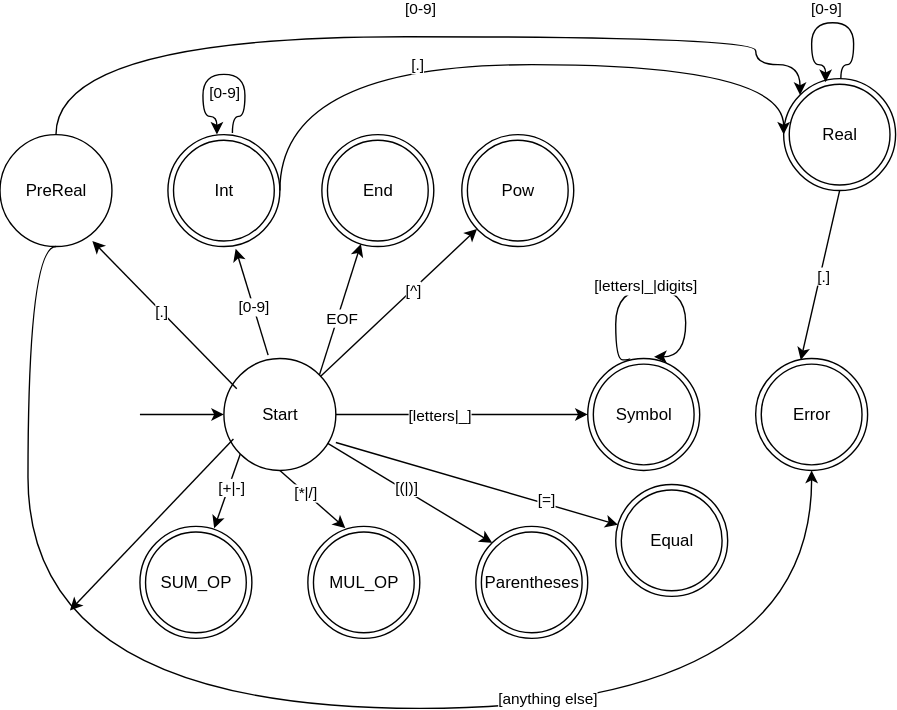
This is doc/NFA.drawio.svg from Raffaello/symbols, a draw.io export, as it was before one commit. Source tidied: cells renumbered, new cells last; positions are measured from the earlier drawing's top-left corner, leaving out a move shared by most shapes. The source it was exported from:
```xml
<mxGraphModel>
  <root>
    <mxCell id="0" />
    <mxCell id="1" parent="0" />
    <mxCell id="2" value="Real" style="ellipse;shape=doubleEllipse;whiteSpace=wrap;html=1;" parent="1" vertex="1">
      <mxGeometry x="560" y="40" width="80" height="80" as="geometry" />
    </mxCell>
    <mxCell id="3" value="Start" style="ellipse;whiteSpace=wrap;html=1;" parent="1" vertex="1">
      <mxGeometry x="160" y="240" width="80" height="80" as="geometry" />
    </mxCell>
    <mxCell id="4" style="endArrow=classic;html=1;rounded=0;entryX=0;entryY=0.5;entryDx=0;entryDy=0;" parent="1" edge="1" target="3">
      <mxGeometry relative="1" as="geometry">
        <mxPoint x="100" y="280" as="sourcePoint" />
      </mxGeometry>
    </mxCell>
    <mxCell id="5" style="endArrow=classic;html=1;rounded=0;edgeStyle=orthogonalEdgeStyle;curved=1;exitX=0.511;exitY=-0.002;exitDx=0;exitDy=0;exitPerimeter=0;entryX=0.375;entryY=0.032;entryDx=0;entryDy=0;entryPerimeter=0;" parent="1" edge="1" source="2" target="2">
      <mxGeometry relative="1" as="geometry">
        <Array as="points">
          <mxPoint x="601" y="30" />
          <mxPoint x="610" y="30" />
          <mxPoint x="610" />
          <mxPoint x="580" />
          <mxPoint x="580" y="30" />
          <mxPoint x="590" y="30" />
        </Array>
      </mxGeometry>
    </mxCell>
    <mxCell id="6" value="[0-9]" style="edgeLabel;html=1;align=center;verticalAlign=middle;" parent="5" vertex="1">
      <mxGeometry x="-0.07" y="1" relative="1" as="geometry">
        <mxPoint x="-8" y="-11" as="offset" />
      </mxGeometry>
    </mxCell>
    <mxCell id="7" value="Error" style="ellipse;shape=doubleEllipse;whiteSpace=wrap;html=1;" parent="1" vertex="1">
      <mxGeometry x="540" y="240" width="80" height="80" as="geometry" />
    </mxCell>
    <mxCell id="8" style="endArrow=classic;html=1;rounded=0;exitX=0.5;exitY=1;exitDx=0;exitDy=0;entryX=0.403;entryY=0.014;entryDx=0;entryDy=0;entryPerimeter=0;" parent="1" edge="1" source="2" target="7">
      <mxGeometry relative="1" as="geometry" />
    </mxCell>
    <mxCell id="9" value="[.]" style="edgeLabel;html=1;align=center;verticalAlign=middle;" parent="8" vertex="1">
      <mxGeometry y="2" relative="1" as="geometry" />
    </mxCell>
    <mxCell id="10" value="Symbol" style="ellipse;shape=doubleEllipse;whiteSpace=wrap;html=1;" parent="1" vertex="1">
      <mxGeometry x="420" y="240" width="80" height="80" as="geometry" />
    </mxCell>
    <mxCell id="11" style="endArrow=classic;html=1;rounded=0;exitX=1;exitY=0.5;exitDx=0;exitDy=0;entryX=0;entryY=0.5;entryDx=0;entryDy=0;" parent="1" edge="1" source="3" target="10">
      <mxGeometry relative="1" as="geometry" />
    </mxCell>
    <mxCell id="12" value="[letters|_]" style="edgeLabel;html=1;align=center;verticalAlign=middle;" parent="11" vertex="1">
      <mxGeometry x="-0.18" y="-1" relative="1" as="geometry" />
    </mxCell>
    <mxCell id="13" style="endArrow=classic;html=1;rounded=0;exitX=0.375;exitY=0;exitDx=0;exitDy=0;exitPerimeter=0;edgeStyle=orthogonalEdgeStyle;curved=1;entryX=0.592;entryY=-0.015;entryDx=0;entryDy=0;entryPerimeter=0;" parent="1" edge="1" source="10" target="10">
      <mxGeometry relative="1" as="geometry">
        <Array as="points">
          <mxPoint x="450" y="241" />
          <mxPoint x="440" y="241" />
          <mxPoint x="440" y="190" />
          <mxPoint x="490" y="190" />
          <mxPoint x="490" y="239" />
        </Array>
      </mxGeometry>
    </mxCell>
    <mxCell id="14" value="[letters|_|digits]" style="edgeLabel;html=1;align=center;verticalAlign=middle;" parent="13" vertex="1">
      <mxGeometry x="-0.1" y="2" relative="1" as="geometry" />
    </mxCell>
    <mxCell id="15" value="SUM_OP" style="ellipse;shape=doubleEllipse;whiteSpace=wrap;html=1;" parent="1" vertex="1">
      <mxGeometry x="100" y="360" width="80" height="80" as="geometry" />
    </mxCell>
    <mxCell id="16" value="MUL_OP" style="ellipse;shape=doubleEllipse;whiteSpace=wrap;html=1;" parent="1" vertex="1">
      <mxGeometry x="220" y="360" width="80" height="80" as="geometry" />
    </mxCell>
    <mxCell id="17" value="Parentheses" style="ellipse;shape=doubleEllipse;whiteSpace=wrap;html=1;" parent="1" vertex="1">
      <mxGeometry x="340" y="360" width="80" height="80" as="geometry" />
    </mxCell>
    <mxCell id="18" style="endArrow=classic;html=1;rounded=0;entryX=0;entryY=0;entryDx=0;entryDy=0;" parent="1" edge="1" source="3" target="17">
      <mxGeometry relative="1" as="geometry" />
    </mxCell>
    <mxCell id="19" value="[(|)]" style="edgeLabel;html=1;align=center;verticalAlign=middle;" parent="18" vertex="1">
      <mxGeometry x="-0.08" y="2" relative="1" as="geometry" />
    </mxCell>
    <mxCell id="20" style="endArrow=classic;html=1;rounded=0;exitX=0.5;exitY=1;exitDx=0;exitDy=0;entryX=0.335;entryY=0.016;entryDx=0;entryDy=0;entryPerimeter=0;" parent="1" edge="1" source="3" target="16">
      <mxGeometry relative="1" as="geometry" />
    </mxCell>
    <mxCell id="21" value="[*|/]" style="edgeLabel;html=1;align=center;verticalAlign=middle;" parent="20" vertex="1">
      <mxGeometry x="-0.25" relative="1" as="geometry" />
    </mxCell>
    <mxCell id="22" style="endArrow=classic;html=1;rounded=0;exitX=0;exitY=1;exitDx=0;exitDy=0;entryX=0.663;entryY=0.016;entryDx=0;entryDy=0;entryPerimeter=0;" parent="1" edge="1" source="3" target="15">
      <mxGeometry relative="1" as="geometry" />
    </mxCell>
    <mxCell id="23" value="[+|-]" style="edgeLabel;html=1;align=center;verticalAlign=middle;" parent="22" vertex="1">
      <mxGeometry x="-0.12" y="1" relative="1" as="geometry" />
    </mxCell>
    <mxCell id="24" value="Int" style="ellipse;shape=doubleEllipse;whiteSpace=wrap;html=1;" parent="1" vertex="1">
      <mxGeometry x="120" y="80" width="80" height="80" as="geometry" />
    </mxCell>
    <mxCell id="25" style="endArrow=classic;html=1;rounded=0;entryX=0.605;entryY=1.02;entryDx=0;entryDy=0;entryPerimeter=0;exitX=0.395;exitY=-0.03;exitDx=0;exitDy=0;exitPerimeter=0;" parent="1" edge="1" source="3" target="24">
      <mxGeometry relative="1" as="geometry" />
    </mxCell>
    <mxCell id="26" value="[0-9]" style="edgeLabel;html=1;align=center;verticalAlign=middle;" parent="25" vertex="1">
      <mxGeometry x="-0.08" relative="1" as="geometry" />
    </mxCell>
    <mxCell id="27" style="endArrow=classic;html=1;rounded=0;exitX=1;exitY=0.5;exitDx=0;exitDy=0;entryX=0;entryY=0.5;entryDx=0;entryDy=0;edgeStyle=orthogonalEdgeStyle;curved=1;" parent="1" edge="1" source="24" target="2">
      <mxGeometry relative="1" as="geometry">
        <Array as="points">
          <mxPoint x="200" y="30" />
          <mxPoint x="560" y="30" />
        </Array>
      </mxGeometry>
    </mxCell>
    <mxCell id="28" value="[.]" style="edgeLabel;html=1;align=center;verticalAlign=middle;" parent="27" vertex="1">
      <mxGeometry x="0.14" y="-4" relative="1" as="geometry">
        <mxPoint x="-97" y="-4" as="offset" />
      </mxGeometry>
    </mxCell>
    <mxCell id="29" value="PreReal" style="ellipse;whiteSpace=wrap;html=1;" parent="1" vertex="1">
      <mxGeometry y="80" width="80" height="80" as="geometry" />
    </mxCell>
    <mxCell id="30" style="endArrow=classic;html=1;rounded=0;exitX=0.115;exitY=0.27;exitDx=0;exitDy=0;exitPerimeter=0;entryX=0.825;entryY=0.95;entryDx=0;entryDy=0;entryPerimeter=0;" parent="1" edge="1" source="3" target="29">
      <mxGeometry relative="1" as="geometry" />
    </mxCell>
    <mxCell id="31" value="[.]" style="edgeLabel;html=1;align=center;verticalAlign=middle;" parent="30" vertex="1">
      <mxGeometry x="0.06" relative="1" as="geometry" />
    </mxCell>
    <mxCell id="32" style="endArrow=classic;html=1;rounded=0;exitX=0.5;exitY=0;exitDx=0;exitDy=0;edgeStyle=orthogonalEdgeStyle;curved=1;entryX=0;entryY=0;entryDx=0;entryDy=0;" parent="1" edge="1" source="29" target="2">
      <mxGeometry relative="1" as="geometry">
        <Array as="points">
          <mxPoint x="40" y="10" />
          <mxPoint x="540" y="10" />
          <mxPoint x="540" y="30" />
          <mxPoint x="572" y="30" />
        </Array>
      </mxGeometry>
    </mxCell>
    <mxCell id="33" value="[0-9&lt;span style=&quot;background-color: light-dark(#ffffff, var(--ge-dark-color, #121212)); color: light-dark(rgb(0, 0, 0), rgb(255, 255, 255));&quot;&gt;]&lt;/span&gt;" style="edgeLabel;html=1;align=center;verticalAlign=middle;" parent="32" vertex="1">
      <mxGeometry x="0.39" relative="1" as="geometry">
        <mxPoint x="-116" y="-20" as="offset" />
      </mxGeometry>
    </mxCell>
    <mxCell id="34" style="endArrow=classic;html=1;rounded=0;exitX=0.5;exitY=1;exitDx=0;exitDy=0;entryX=0.5;entryY=1;entryDx=0;entryDy=0;edgeStyle=orthogonalEdgeStyle;curved=1;" parent="1" edge="1" source="29" target="7">
      <mxGeometry relative="1" as="geometry">
        <Array as="points">
          <mxPoint x="20" y="160" />
          <mxPoint x="20" y="490" />
          <mxPoint x="580" y="490" />
        </Array>
      </mxGeometry>
    </mxCell>
    <mxCell id="35" value="[anything else]" style="edgeLabel;html=1;align=center;verticalAlign=middle;" parent="34" vertex="1">
      <mxGeometry x="0.34" y="7" relative="1" as="geometry" />
    </mxCell>
    <mxCell id="36" style="endArrow=classic;html=1;rounded=0;exitX=0.085;exitY=0.72;exitDx=0;exitDy=0;exitPerimeter=0;" parent="1" edge="1" source="3">
      <mxGeometry relative="1" as="geometry">
        <mxPoint x="50" y="420" as="targetPoint" />
      </mxGeometry>
    </mxCell>
    <mxCell id="37" style="endArrow=classic;html=1;rounded=0;edgeStyle=orthogonalEdgeStyle;curved=1;exitX=0.576;exitY=-0.015;exitDx=0;exitDy=0;exitPerimeter=0;entryX=0.375;entryY=0.032;entryDx=0;entryDy=0;entryPerimeter=0;" parent="1" edge="1" source="24">
      <mxGeometry relative="1" as="geometry">
        <mxPoint x="155" y="80" as="targetPoint" />
        <Array as="points">
          <mxPoint x="166" y="67" />
          <mxPoint x="175" y="67" />
          <mxPoint x="175" y="37" />
          <mxPoint x="145" y="37" />
          <mxPoint x="145" y="67" />
          <mxPoint x="155" y="67" />
        </Array>
      </mxGeometry>
    </mxCell>
    <mxCell id="38" value="[0-9]" style="edgeLabel;html=1;align=center;verticalAlign=middle;" parent="37" vertex="1">
      <mxGeometry x="-0.07" y="1" relative="1" as="geometry">
        <mxPoint x="-4" y="12" as="offset" />
      </mxGeometry>
    </mxCell>
    <mxCell id="39" value="Equal" style="ellipse;shape=doubleEllipse;whiteSpace=wrap;html=1;" parent="1" vertex="1">
      <mxGeometry x="440" y="330" width="80" height="80" as="geometry" />
    </mxCell>
    <mxCell id="40" style="endArrow=classic;html=1;rounded=0;" parent="1" edge="1" target="39">
      <mxGeometry relative="1" as="geometry">
        <mxPoint x="240" y="300" as="sourcePoint" />
      </mxGeometry>
    </mxCell>
    <mxCell id="41" value="[=]" style="edgeLabel;html=1;align=center;verticalAlign=middle;" parent="40" vertex="1">
      <mxGeometry x="0.47" y="3" relative="1" as="geometry" />
    </mxCell>
    <mxCell id="42" value="End" style="ellipse;shape=doubleEllipse;whiteSpace=wrap;html=1;" parent="1" vertex="1">
      <mxGeometry x="230" y="80" width="80" height="80" as="geometry" />
    </mxCell>
    <mxCell id="43" style="endArrow=classic;html=1;rounded=0;exitX=1;exitY=0;exitDx=0;exitDy=0;" parent="1" edge="1" source="3" target="42">
      <mxGeometry relative="1" as="geometry" />
    </mxCell>
    <mxCell id="44" value="EOF" style="edgeLabel;html=1;align=center;verticalAlign=middle;" parent="43" vertex="1">
      <mxGeometry x="-0.08" y="-2" relative="1" as="geometry">
        <mxPoint y="1" as="offset" />
      </mxGeometry>
    </mxCell>
    <mxCell id="45" value="Pow" style="ellipse;shape=doubleEllipse;whiteSpace=wrap;html=1;" parent="1" vertex="1">
      <mxGeometry x="330" y="80" width="80" height="80" as="geometry" />
    </mxCell>
    <mxCell id="46" style="endArrow=classic;html=1;rounded=0;" parent="1" edge="1" source="3" target="45">
      <mxGeometry relative="1" as="geometry" />
    </mxCell>
    <mxCell id="47" value="[^]" style="edgeLabel;html=1;align=center;verticalAlign=middle;" parent="46" vertex="1">
      <mxGeometry x="0.17" relative="1" as="geometry" />
    </mxCell>
  </root>
</mxGraphModel>
```
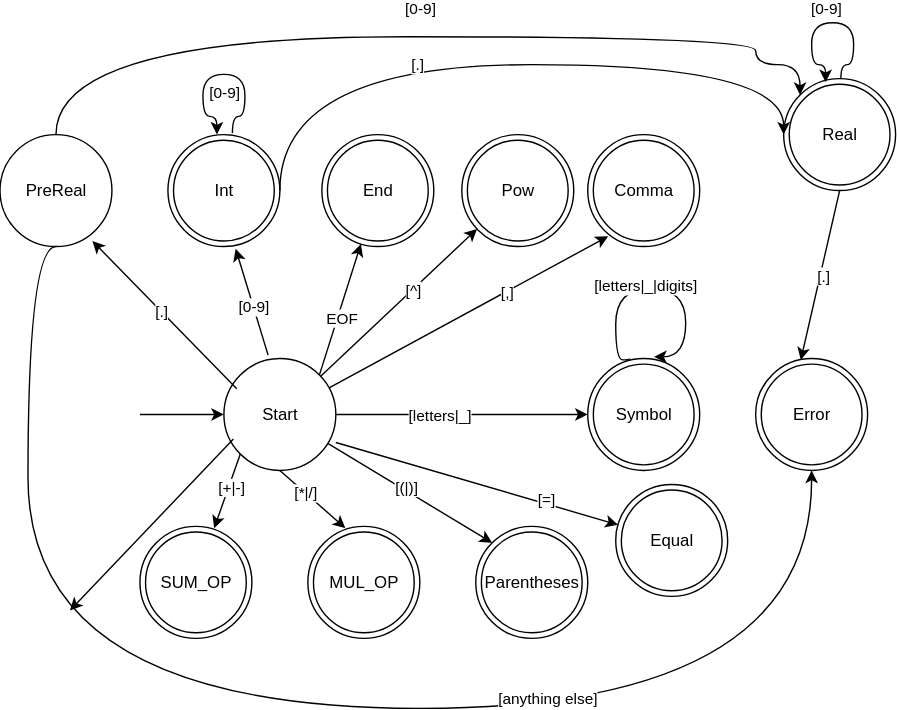
The same diagram one commit later.

Diff of the diagram source:
```diff
@@ -201,5 +201,14 @@
     <mxCell id="47" value="[^]" style="edgeLabel;html=1;align=center;verticalAlign=middle;" parent="46" vertex="1">
       <mxGeometry x="0.17" relative="1" as="geometry" />
     </mxCell>
+    <mxCell id="48" value="Comma" style="ellipse;shape=doubleEllipse;whiteSpace=wrap;html=1;" parent="1" vertex="1">
+      <mxGeometry x="420" y="80" width="80" height="80" as="geometry" />
+    </mxCell>
+    <mxCell id="49" style="endArrow=classic;html=1;rounded=0;entryX=0.182;entryY=0.909;entryDx=0;entryDy=0;entryPerimeter=0;" parent="1" edge="1" source="3" target="48">
+      <mxGeometry relative="1" as="geometry" />
+    </mxCell>
+    <mxCell id="50" value="[,]" style="edgeLabel;html=1;align=center;verticalAlign=middle;" parent="49" vertex="1">
+      <mxGeometry x="0.27" relative="1" as="geometry" />
+    </mxCell>
   </root>
 </mxGraphModel>
```
